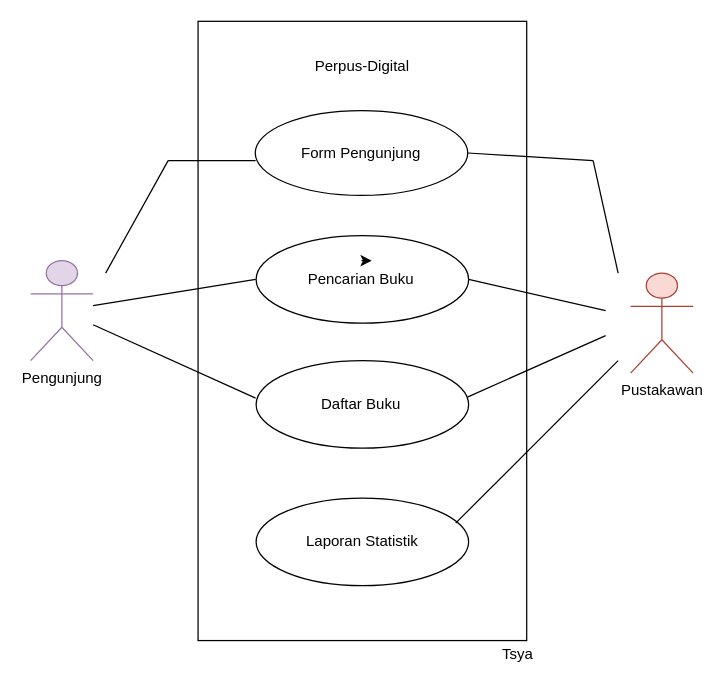
Earlier version of the draw.io diagram Use-Case-Diagram-Perpus-Digital.drawio (tasyafbriani/Tefa_ptgm). Source tidied: cells renumbered, new cells numbered last; positions are measured from the earlier drawing's top-left corner, leaving out a move shared by most shapes. Both pictures are drawn from the tidied source at 125%, with x=0, y=0 at pixel (30, 48).
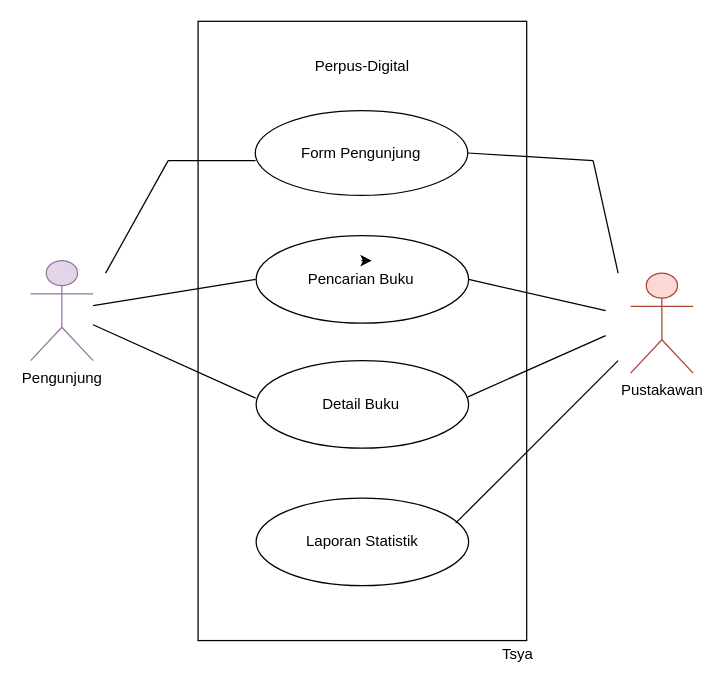
The same page after the edit.

The edit, as a diff of the source:
```diff
@@
-    <mxCell id="12" value="Daftar Buku" style="text;html=1;strokeColor=none;fillColor=none;align=center;verticalAlign=middle;whiteSpace=wrap;rounded=0;" parent="1" vertex="1">
+    <mxCell id="12" value="Detail Buku" style="text;html=1;strokeColor=none;fillColor=none;align=center;verticalAlign=middle;whiteSpace=wrap;rounded=0;" parent="1" vertex="1">
       <mxGeometry x="227" y="270" width="75.3" height="30" as="geometry" />
     </mxCell>
```
